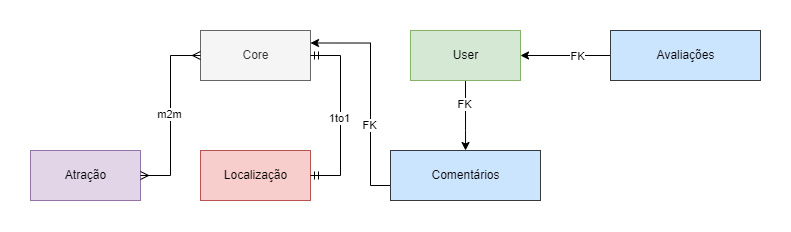
Above: diagram.png in mmarconm/pontos_turisticos (draw.io), before the change. Source tidied: cells renumbered, new cells last; positions are measured from the earlier drawing's top-left corner, leaving out a move shared by most shapes.
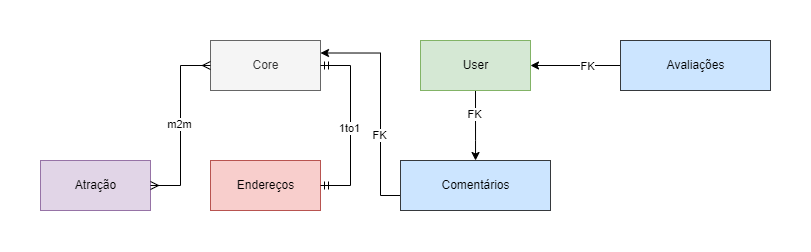
Later version of the same file.

The edit, as a diff of the source:
```diff
@@ -22,7 +22,7 @@
     <mxCell id="6" value="User" style="html=1;fillColor=#d5e8d4;strokeColor=#82b366;" parent="1" vertex="1">
       <mxGeometry x="380" width="110" height="50" as="geometry" />
     </mxCell>
-    <mxCell id="7" value="Localização" style="html=1;fillColor=#f8cecc;strokeColor=#b85450;" parent="1" vertex="1">
+    <mxCell id="7" value="Endereços" style="html=1;fillColor=#f8cecc;strokeColor=#b85450;" parent="1" vertex="1">
       <mxGeometry x="170" y="120" width="110" height="50" as="geometry" />
     </mxCell>
     <mxCell id="8" style="edgeStyle=orthogonalEdgeStyle;rounded=0;jettySize=auto;html=1;entryX=1;entryY=0.25;entryDx=0;entryDy=0;" parent="1" edge="1" source="10" target="3">
```
